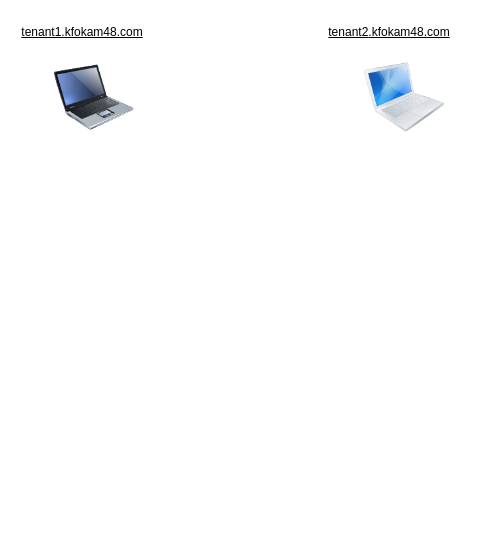
This is Diagramme sans nom.drawio from sngdtechnologies/Calculatrice, a draw.io file, before an edit. Source tidied: cells renumbered, new cells numbered last; positions are measured from the earlier drawing's top-left corner, leaving out a move shared by most shapes. Both pictures are drawn from the tidied source at 100%, with x=0, y=0 at pixel (17, 17).
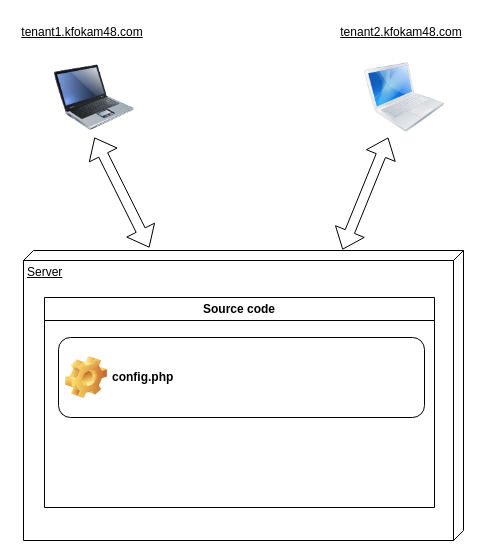
The same diagram, later.

Commit message (it also covers changes not shown here):
Mettre à jour Diagramme sans nom.drawio

Change to the diagram source:
```diff
@@
 <mxGraphModel>
   <root>
     <mxCell id="0" />
     <mxCell id="1" parent="0" />
     <mxCell id="2" style="image;html=1;image=img/lib/clip_art/computers/Laptop_128x128.png;" parent="1" vertex="1">
       <mxGeometry x="37" y="40" width="80" height="80" as="geometry" />
     </mxCell>
     <mxCell id="3" style="image;html=1;image=img/lib/clip_art/computers/MacBook_128x128.png;" parent="1" vertex="1">
       <mxGeometry x="347" y="40" width="80" height="80" as="geometry" />
     </mxCell>
     <mxCell id="4" value="&lt;u&gt;tenant1.kfokam48.com&lt;/u&gt;" style="text;html=1;align=center;verticalAlign=middle;whiteSpace=wrap;rounded=0;" parent="1" vertex="1">
       <mxGeometry width="130" height="30" as="geometry" />
     </mxCell>
     <mxCell id="5" value="&lt;u&gt;tenant2&lt;span style=&quot;background-color: transparent; color: light-dark(rgb(0, 0, 0), rgb(255, 255, 255));&quot;&gt;.kfokam48.com&lt;/span&gt;&lt;/u&gt;" style="text;html=1;align=center;verticalAlign=middle;whiteSpace=wrap;rounded=0;" parent="1" vertex="1">
-      <mxGeometry x="307" width="130" height="30" as="geometry" />
+      <mxGeometry x="319" width="130" height="30" as="geometry" />
     </mxCell>
+    <mxCell id="6" value="Server" style="verticalAlign=top;align=left;spacingTop=8;spacingLeft=2;spacingRight=12;shape=cube;size=10;direction=south;fontStyle=4;html=1;whiteSpace=wrap;" parent="1" vertex="1">
+      <mxGeometry x="6" y="233" width="440" height="290" as="geometry" />
+    </mxCell>
+    <mxCell id="7" style="shape=flexArrow;endArrow=classic;startArrow=classic;html=1;rounded=0;exitX=0.5;exitY=1;exitDx=0;exitDy=0;entryX=-0.01;entryY=0.714;entryDx=0;entryDy=0;entryPerimeter=0;" parent="1" edge="1" source="2" target="6">
+      <mxGeometry relative="1" as="geometry" />
+    </mxCell>
+    <mxCell id="8" style="shape=flexArrow;endArrow=classic;startArrow=classic;html=1;rounded=0;entryX=-0.003;entryY=0.275;entryDx=0;entryDy=0;entryPerimeter=0;" parent="1" edge="1" source="3" target="6">
+      <mxGeometry relative="1" as="geometry" />
+    </mxCell>
+    <mxCell id="9" value="Source code" style="swimlane;whiteSpace=wrap;html=1;" parent="1" vertex="1">
+      <mxGeometry x="27" y="280" width="390" height="210" as="geometry" />
+    </mxCell>
+    <mxCell id="10" value="config.php" style="label;whiteSpace=wrap;html=1;image=img/clipart/Gear_128x128.png;" parent="9" vertex="1">
+      <mxGeometry x="14" y="40" width="366" height="80" as="geometry" />
+    </mxCell>
   </root>
 </mxGraphModel>
```
